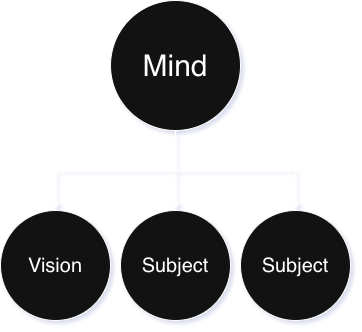
Above: design/mind.png in kashanimorteza/economy_document (draw.io), before the change. Source tidied: cells renumbered, new cells last; positions are measured from the earlier drawing's top-left corner, leaving out a move shared by most shapes.
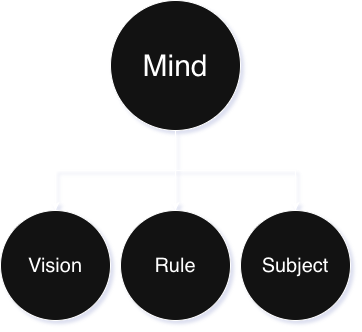
Above is the later version.

What changed in the source:
```diff
@@ -11,7 +11,7 @@
     <mxCell id="4" style="edgeStyle=orthogonalEdgeStyle;rounded=0;jettySize=auto;html=1;exitX=0.5;exitY=1;exitDx=0;exitDy=0;" parent="1" edge="1" source="2" target="3">
       <mxGeometry relative="1" as="geometry" />
     </mxCell>
-    <mxCell id="5" value="Subject" style="ellipse;whiteSpace=wrap;html=1;fontSize=20;" parent="1" vertex="1">
+    <mxCell id="5" value="Rule" style="ellipse;whiteSpace=wrap;html=1;fontSize=20;" parent="1" vertex="1">
       <mxGeometry x="120" y="210" width="110" height="110" as="geometry" />
     </mxCell>
     <mxCell id="6" style="rounded=0;jettySize=auto;html=1;exitX=0.5;exitY=1;exitDx=0;exitDy=0;edgeStyle=orthogonalEdgeStyle;" parent="1" edge="1" source="2" target="5">
```
